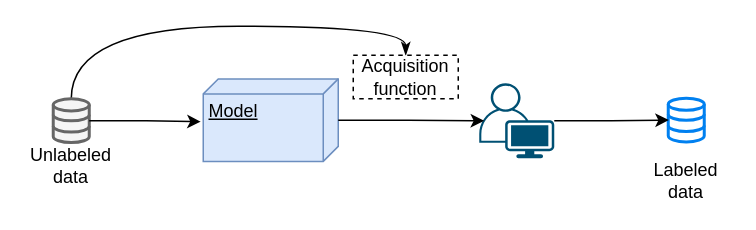
The draw.io diagram DrawIO_file/流程图/主动学习流程图.drawio in DingDongZz/typera_PicGO, before the edit. Source tidied: cells renumbered, new cells numbered last; positions are measured from the earlier drawing's top-left corner, leaving out a move shared by most shapes. Both pictures are drawn from the tidied source at 150%, with x=0, y=0 at pixel (26, 26).
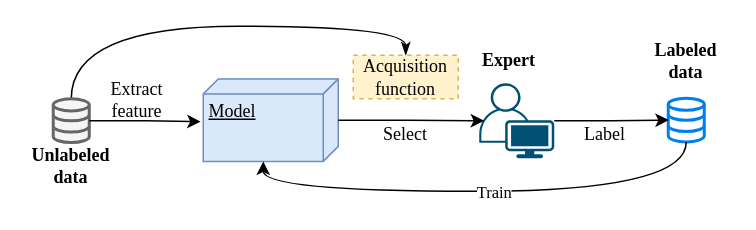
Above is the later version.

Commit message (it also covers changes not shown here):
更新主动学习流程图.drawio

Change to the diagram source:
```diff
@@
-    <mxCell id="2" style="edgeStyle=orthogonalEdgeStyle;rounded=0;jettySize=auto;html=1;entryX=0.5;entryY=0;entryDx=0;entryDy=0;curved=1;endArrow=classicThin;endFill=1;" parent="1" edge="1" source="3" target="10">
+    <mxCell id="2" style="edgeStyle=orthogonalEdgeStyle;rounded=0;jettySize=auto;html=1;entryX=0.5;entryY=0;entryDx=0;entryDy=0;curved=1;endArrow=classicThin;endFill=1;fontFamily=Times New Roman;" parent="1" edge="1" source="3" target="10">
       <mxGeometry relative="1" as="geometry">
         <Array as="points">
           <mxPoint x="30" />
           <mxPoint x="253" />
         </Array>
       </mxGeometry>
     </mxCell>
-    <mxCell id="3" style="html=1;verticalLabelPosition=bottom;align=center;labelBackgroundColor=#ffffff;verticalAlign=top;strokeWidth=2;shadow=0;dashed=0;shape=mxgraph.ios7.icons.data;fillColor=#f5f5f5;fontColor=#333333;strokeColor=#666666;" parent="1" vertex="1">
+    <mxCell id="3" style="html=1;verticalLabelPosition=bottom;align=center;labelBackgroundColor=#ffffff;verticalAlign=top;strokeWidth=2;shadow=0;dashed=0;shape=mxgraph.ios7.icons.data;fillColor=#f5f5f5;fontColor=#333333;strokeColor=#666666;fontFamily=Times New Roman;" parent="1" vertex="1">
       <mxGeometry x="18" y="48.4" width="24" height="29.1" as="geometry" />
     </mxCell>
-    <mxCell id="4" style="html=1;verticalLabelPosition=bottom;align=center;labelBackgroundColor=#ffffff;verticalAlign=top;strokeWidth=2;strokeColor=#0080F0;shadow=0;dashed=0;shape=mxgraph.ios7.icons.data;" parent="1" vertex="1">
+    <mxCell id="4" style="html=1;verticalLabelPosition=bottom;align=center;labelBackgroundColor=#ffffff;verticalAlign=top;strokeWidth=2;strokeColor=#0080F0;shadow=0;dashed=0;shape=mxgraph.ios7.icons.data;fontFamily=Times New Roman;" parent="1" vertex="1">
       <mxGeometry x="428" y="48" width="24" height="29.1" as="geometry" />
     </mxCell>
-    <mxCell id="5" style="points=[[0.35,0,0],[0.98,0.51,0],[1,0.71,0],[0.67,1,0],[0,0.795,0],[0,0.65,0]];verticalLabelPosition=bottom;sketch=0;html=1;verticalAlign=top;align=center;shape=mxgraph.cisco19.user;fillColor=#005073;strokeColor=none;" parent="1" vertex="1">
+    <mxCell id="5" style="points=[[0.35,0,0],[0.98,0.51,0],[1,0.71,0],[0.67,1,0],[0,0.795,0],[0,0.65,0]];verticalLabelPosition=bottom;sketch=0;html=1;verticalAlign=top;align=center;shape=mxgraph.cisco19.user;fillColor=#005073;strokeColor=none;fontFamily=Times New Roman;" parent="1" vertex="1">
       <mxGeometry x="302" y="38" width="50" height="50" as="geometry" />
     </mxCell>
-    <mxCell id="6" value="Model" style="verticalAlign=top;align=left;spacingTop=8;spacingLeft=2;spacingRight=12;shape=cube;size=10;direction=south;fontStyle=4;html=1;whiteSpace=wrap;fillColor=#dae8fc;strokeColor=#6c8ebf;" parent="1" vertex="1">
+    <mxCell id="6" value="Model" style="verticalAlign=top;align=left;spacingTop=8;spacingLeft=2;spacingRight=12;shape=cube;size=10;direction=south;fontStyle=4;html=1;whiteSpace=wrap;fillColor=#dae8fc;strokeColor=#6c8ebf;fontFamily=Times New Roman;" parent="1" vertex="1">
       <mxGeometry x="118" y="35.1" width="90" height="55" as="geometry" />
     </mxCell>
-    <mxCell id="7" style="edgeStyle=orthogonalEdgeStyle;rounded=0;jettySize=auto;html=1;entryX=0.519;entryY=1.019;entryDx=0;entryDy=0;entryPerimeter=0;" parent="1" edge="1" source="3" target="6">
+    <mxCell id="7" style="edgeStyle=orthogonalEdgeStyle;rounded=0;jettySize=auto;html=1;entryX=0.519;entryY=1.019;entryDx=0;entryDy=0;entryPerimeter=0;fontFamily=Times New Roman;" parent="1" edge="1" source="3" target="6">
       <mxGeometry relative="1" as="geometry" />
     </mxCell>
-    <mxCell id="8" style="edgeStyle=orthogonalEdgeStyle;rounded=0;jettySize=auto;html=1;entryX=0.065;entryY=0.501;entryDx=0;entryDy=0;entryPerimeter=0;" parent="1" edge="1" source="6" target="5">
+    <mxCell id="8" style="edgeStyle=orthogonalEdgeStyle;rounded=0;jettySize=auto;html=1;entryX=0.065;entryY=0.501;entryDx=0;entryDy=0;entryPerimeter=0;fontFamily=Times New Roman;" parent="1" edge="1" source="6" target="5">
       <mxGeometry relative="1" as="geometry" />
     </mxCell>
-    <mxCell id="9" style="edgeStyle=orthogonalEdgeStyle;rounded=0;jettySize=auto;html=1;entryX=0.016;entryY=0.499;entryDx=0;entryDy=0;entryPerimeter=0;" parent="1" edge="1" source="5" target="4">
+    <mxCell id="9" style="edgeStyle=orthogonalEdgeStyle;rounded=0;jettySize=auto;html=1;entryX=0.016;entryY=0.499;entryDx=0;entryDy=0;entryPerimeter=0;fontFamily=Times New Roman;" parent="1" edge="1" source="5" target="4">
       <mxGeometry relative="1" as="geometry" />
     </mxCell>
-    <mxCell id="10" value="Acquisition&lt;div&gt;function&lt;/div&gt;" style="rounded=0;whiteSpace=wrap;html=1;dashed=1;" parent="1" vertex="1">
+    <mxCell id="10" value="Acquisition&lt;div&gt;function&lt;/div&gt;" style="rounded=0;whiteSpace=wrap;html=1;dashed=1;fontFamily=Times New Roman;fillColor=#fff2cc;strokeColor=#d6b656;" parent="1" vertex="1">
       <mxGeometry x="218" y="19.4" width="70" height="29" as="geometry" />
     </mxCell>
-    <mxCell id="11" value="Unlabeled&lt;div&gt;data&lt;/div&gt;" style="text;html=1;align=center;verticalAlign=middle;whiteSpace=wrap;rounded=0;" parent="1" vertex="1">
-      <mxGeometry y="78" width="60" height="30" as="geometry" />
+    <mxCell id="11" value="Unlabeled&lt;div&gt;data&lt;/div&gt;" style="text;html=1;align=center;verticalAlign=middle;whiteSpace=wrap;rounded=0;fontFamily=Times New Roman;fontStyle=1;" parent="1" vertex="1">
+      <mxGeometry y="77.6" width="60" height="30" as="geometry" />
     </mxCell>
-    <mxCell id="12" value="Labeled&lt;div&gt;data&lt;/div&gt;" style="text;html=1;align=center;verticalAlign=middle;whiteSpace=wrap;rounded=0;" parent="1" vertex="1">
-      <mxGeometry x="410" y="88" width="60" height="30" as="geometry" />
+    <mxCell id="12" value="Labeled&lt;div&gt;data&lt;/div&gt;" style="text;html=1;align=center;verticalAlign=middle;whiteSpace=wrap;rounded=0;fontFamily=Times New Roman;fontStyle=1;" parent="1" vertex="1">
+      <mxGeometry x="410" y="8" width="60" height="30" as="geometry" />
     </mxCell>
+    <mxCell id="13" value="Expert" style="text;html=1;align=center;verticalAlign=middle;whiteSpace=wrap;rounded=0;fontFamily=Times New Roman;fontStyle=1;" parent="1" vertex="1">
+      <mxGeometry x="292" y="8" width="60" height="30" as="geometry" />
+    </mxCell>
+    <mxCell id="14" value="Select" style="text;html=1;align=center;verticalAlign=middle;whiteSpace=wrap;rounded=0;fontFamily=Times New Roman;" parent="1" vertex="1">
+      <mxGeometry x="223" y="57" width="60" height="30" as="geometry" />
+    </mxCell>
+    <mxCell id="15" value="Label" style="text;html=1;align=center;verticalAlign=middle;whiteSpace=wrap;rounded=0;fontFamily=Times New Roman;" parent="1" vertex="1">
+      <mxGeometry x="356" y="57" width="60" height="30" as="geometry" />
+    </mxCell>
+    <mxCell id="16" value="Extract&lt;div&gt;feature&lt;/div&gt;" style="text;html=1;align=center;verticalAlign=middle;whiteSpace=wrap;rounded=0;fontFamily=Times New Roman;" parent="1" vertex="1">
+      <mxGeometry x="44" y="34" width="60" height="30" as="geometry" />
+    </mxCell>
+    <mxCell id="17" style="edgeStyle=orthogonalEdgeStyle;rounded=0;jettySize=auto;html=1;entryX=0;entryY=0;entryDx=55;entryDy=50;entryPerimeter=0;curved=1;fontFamily=Times New Roman;" parent="1" edge="1" source="4" target="6">
+      <mxGeometry relative="1" as="geometry">
+        <Array as="points">
+          <mxPoint x="440" y="110" />
+          <mxPoint x="158" y="110" />
+        </Array>
+      </mxGeometry>
+    </mxCell>
+    <mxCell id="18" value="Train" style="edgeLabel;html=1;align=center;verticalAlign=middle;fontFamily=Times New Roman;" parent="17" vertex="1">
+      <mxGeometry x="-0.04" y="1" relative="1" as="geometry">
+        <mxPoint y="-1" as="offset" />
+      </mxGeometry>
+    </mxCell>
```
